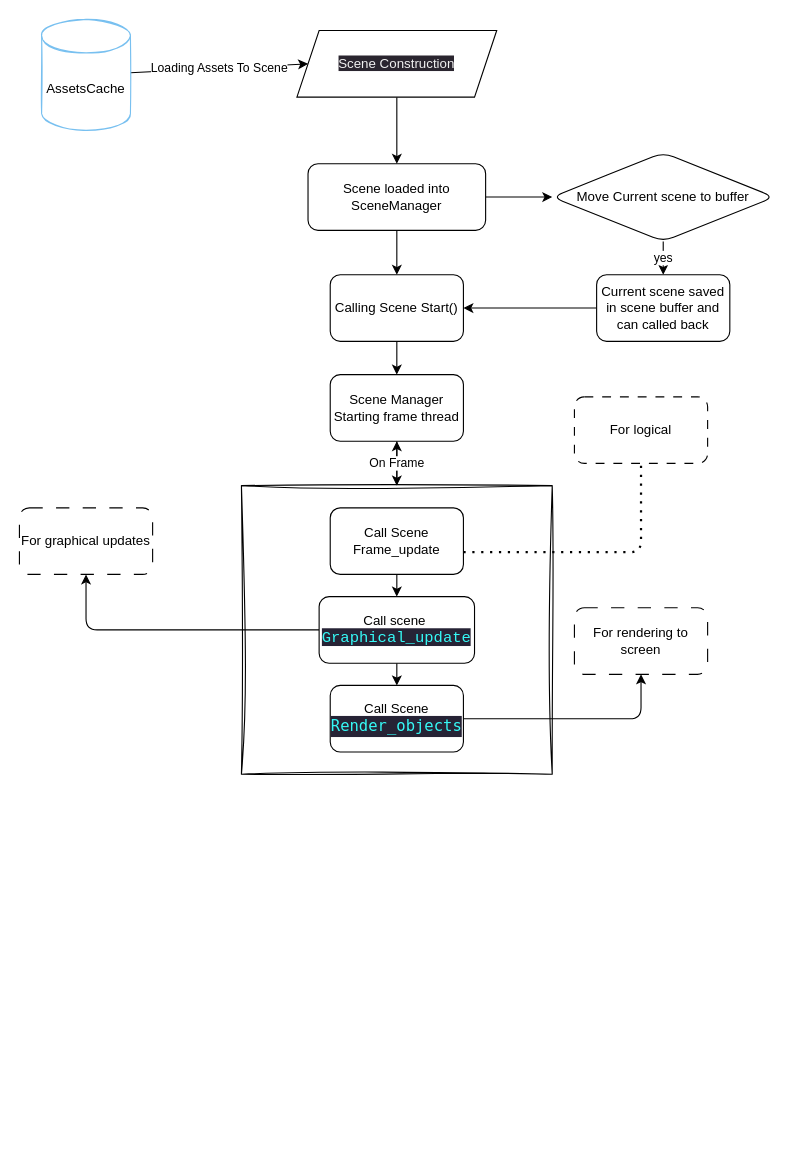
Earlier version of the draw.io diagram Docs/Sences.drawio (nadav26740/GamePI). Source tidied: cells renumbered, new cells numbered last; positions are measured from the earlier drawing's top-left corner, leaving out a move shared by most shapes. Both pictures are drawn from the tidied source at 111%, with x=0, y=0 at pixel (19, 19).
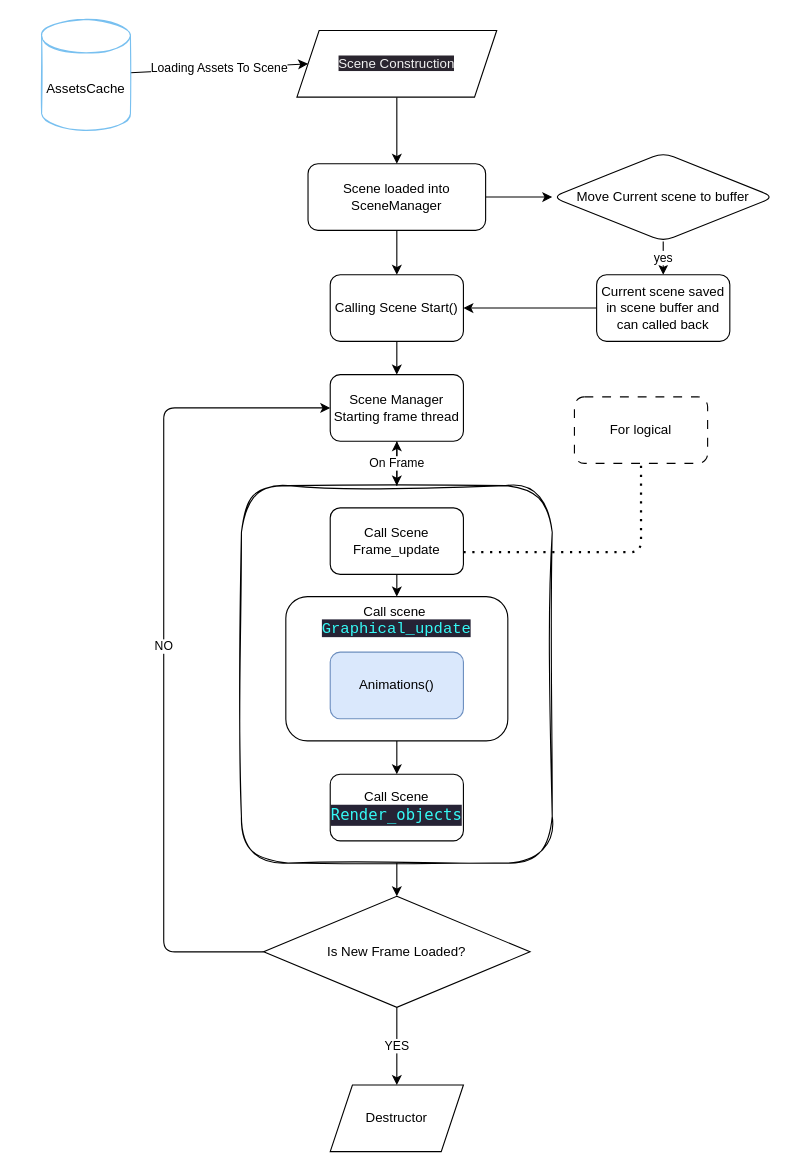
After the change.

Commit message (it also covers changes not shown here):
Scenes Documentaions Updated

Unchanged cells that the change refers to:
```xml
<mxCell id="10" value="Scene Manager Starting frame thread" style="whiteSpace=wrap;html=1;rounded=1;" parent="1" vertex="1">
  <mxGeometry x="280" y="320" width="120" height="60" as="geometry" />
</mxCell>
```

What changed in the source:
```diff
@@
+    <mxCell id="30" style="edgeStyle=none;html=1;entryX=0.5;entryY=0;entryDx=0;entryDy=0;" parent="1" edge="1" source="3" target="33">
+      <mxGeometry relative="1" as="geometry" />
+    </mxCell>
-    <mxCell id="3" style="rounded=0;whiteSpace=wrap;html=1;glass=0;sketch=1;curveFitting=1;jiggle=2;" parent="1" vertex="1">
-      <mxGeometry x="200" y="420" width="280" height="260" as="geometry" />
+    <mxCell id="3" style="rounded=1;whiteSpace=wrap;html=1;glass=0;sketch=1;curveFitting=1;jiggle=2;" parent="1" vertex="1">
+      <mxGeometry x="200" y="420" width="280" height="340" as="geometry" />
     </mxCell>
@@
-    <mxCell id="24" style="edgeStyle=none;html=1;" parent="1" edge="1" source="25" target="28">
-      <mxGeometry relative="1" as="geometry">
-        <Array as="points">
-          <mxPoint x="60" y="550" />
-        </Array>
-      </mxGeometry>
-    </mxCell>
-    <mxCell id="25" value="Call scene&amp;nbsp;&lt;br&gt;&lt;span style=&quot;color: rgb(54, 249, 246); background-color: rgb(38, 35, 53); font-family: Consolas, &amp;quot;Courier New&amp;quot;, monospace; font-size: 14px;&quot;&gt;Graphical_update&lt;/span&gt;" style="whiteSpace=wrap;html=1;rounded=1;glass=0;" parent="1" vertex="1">
-      <mxGeometry x="270" y="520" width="140" height="60" as="geometry" />
+    <mxCell id="25" value="Call scene&amp;nbsp;&lt;br&gt;&lt;span style=&quot;color: rgb(54, 249, 246); background-color: rgb(38, 35, 53); font-family: Consolas, &amp;quot;Courier New&amp;quot;, monospace; font-size: 14px;&quot;&gt;Graphical_update&lt;/span&gt;" style="whiteSpace=wrap;html=1;rounded=1;glass=0;verticalAlign=top;" parent="1" vertex="1">
+      <mxGeometry x="240" y="520" width="200" height="130" as="geometry" />
     </mxCell>
-    <mxCell id="26" style="edgeStyle=none;html=1;" parent="1" edge="1" source="27">
-      <mxGeometry relative="1" as="geometry">
-        <mxPoint x="560" y="590" as="targetPoint" />
-        <Array as="points">
-          <mxPoint x="560" y="630" />
-        </Array>
-      </mxGeometry>
-    </mxCell>
     <mxCell id="27" value="Call Scene&lt;br&gt;&lt;div style=&quot;color: rgb(187, 187, 187); background-color: rgb(38, 35, 53); font-family: &amp;quot;Fira Code&amp;quot;, Monaco, Consolas, &amp;quot;Courier New&amp;quot;, monospace; font-size: 14px; line-height: 19px; white-space: pre;&quot;&gt;&lt;span style=&quot;color: #36f9f6;&quot;&gt;Render_objects&lt;/span&gt;&lt;/div&gt;" style="whiteSpace=wrap;html=1;rounded=1;glass=0;" parent="1" vertex="1">
-      <mxGeometry x="280" y="600" width="120" height="60" as="geometry" />
+      <mxGeometry x="280" y="680" width="120" height="60" as="geometry" />
     </mxCell>
-    <mxCell id="28" value="For graphical updates" style="whiteSpace=wrap;html=1;rounded=1;glass=0;dashed=1;dashPattern=12 12;" parent="1" vertex="1">
-      <mxGeometry y="440" width="120" height="60" as="geometry" />
-    </mxCell>
-    <mxCell id="29" value="For rendering to screen" style="whiteSpace=wrap;html=1;rounded=1;glass=0;dashed=1;dashPattern=12 12;" parent="1" vertex="1">
-      <mxGeometry x="500" y="530" width="120" height="60" as="geometry" />
-    </mxCell>
+    <mxCell id="31" value="Animations()" style="rounded=1;whiteSpace=wrap;html=1;fillColor=#dae8fc;strokeColor=#6c8ebf;" parent="1" vertex="1">
+      <mxGeometry x="280" y="570" width="120" height="60" as="geometry" />
+    </mxCell>
+    <mxCell id="32" value="YES" style="edgeStyle=none;html=1;" parent="1" edge="1" source="33">
+      <mxGeometry relative="1" as="geometry">
+        <mxPoint x="340" y="960" as="targetPoint" />
+      </mxGeometry>
+    </mxCell>
+    <mxCell id="33" value="Is New Frame Loaded?" style="rhombus;whiteSpace=wrap;html=1;" parent="1" vertex="1">
+      <mxGeometry x="220" y="790" width="240" height="100" as="geometry" />
+    </mxCell>
+    <mxCell id="34" value="NO" style="edgeStyle=none;html=1;entryX=0;entryY=0.5;entryDx=0;entryDy=0;exitX=0;exitY=0.5;exitDx=0;exitDy=0;" parent="1" edge="1" source="33" target="10">
+      <mxGeometry relative="1" as="geometry">
+        <Array as="points">
+          <mxPoint x="130" y="840" />
+          <mxPoint x="130" y="350" />
+        </Array>
+      </mxGeometry>
+    </mxCell>
+    <mxCell id="35" value="Destructor" style="shape=parallelogram;perimeter=parallelogramPerimeter;whiteSpace=wrap;html=1;fixedSize=1;" parent="1" vertex="1">
+      <mxGeometry x="280" y="960" width="120" height="60" as="geometry" />
+    </mxCell>
```
